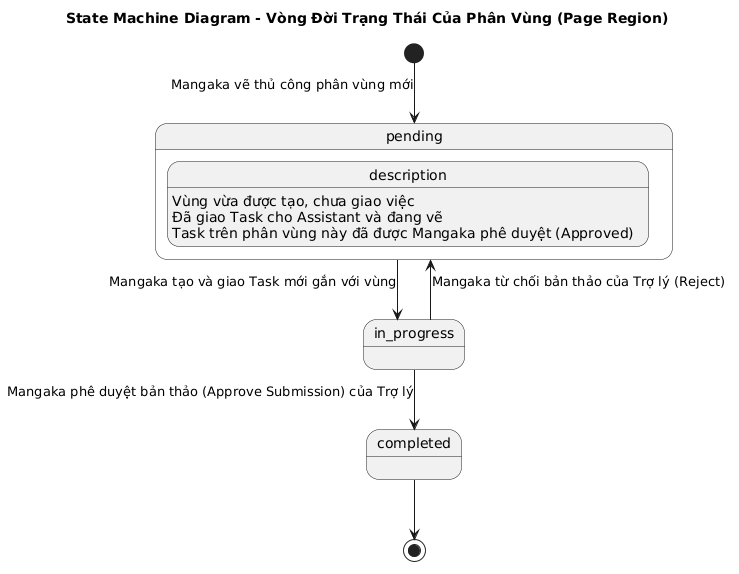
trongtan0079/manga-workflow-report keeps this PlantUML diagram as assets/diagrams/Chapter3_IMAGE/State_Machine_Page_Region.png. Above is the earlier version. Source of this version:
```plantuml
@startuml
title State Machine Diagram - Vòng Đời Trạng Thái Của Phân Vùng (Page Region)

skinparam backgroundColor white
skinparam shadowing false
skinparam linetype ortho

[*] --> pending : Mangaka vẽ thủ công phân vùng mới

state pending {
    description : Vùng vừa được tạo, chưa giao việc
}

state in_progress {
    description : Đã giao Task cho Assistant và đang vẽ
}

state completed {
    description : Task trên phân vùng này đã được Mangaka phê duyệt (Approved)
}

pending --> in_progress : Mangaka tạo và giao Task mới gắn với vùng
in_progress --> pending : Mangaka từ chối bản thảo của Trợ lý (Reject)
in_progress --> completed : Mangaka phê duyệt bản thảo (Approve Submission) của Trợ lý
completed --> [*]

@enduml
```
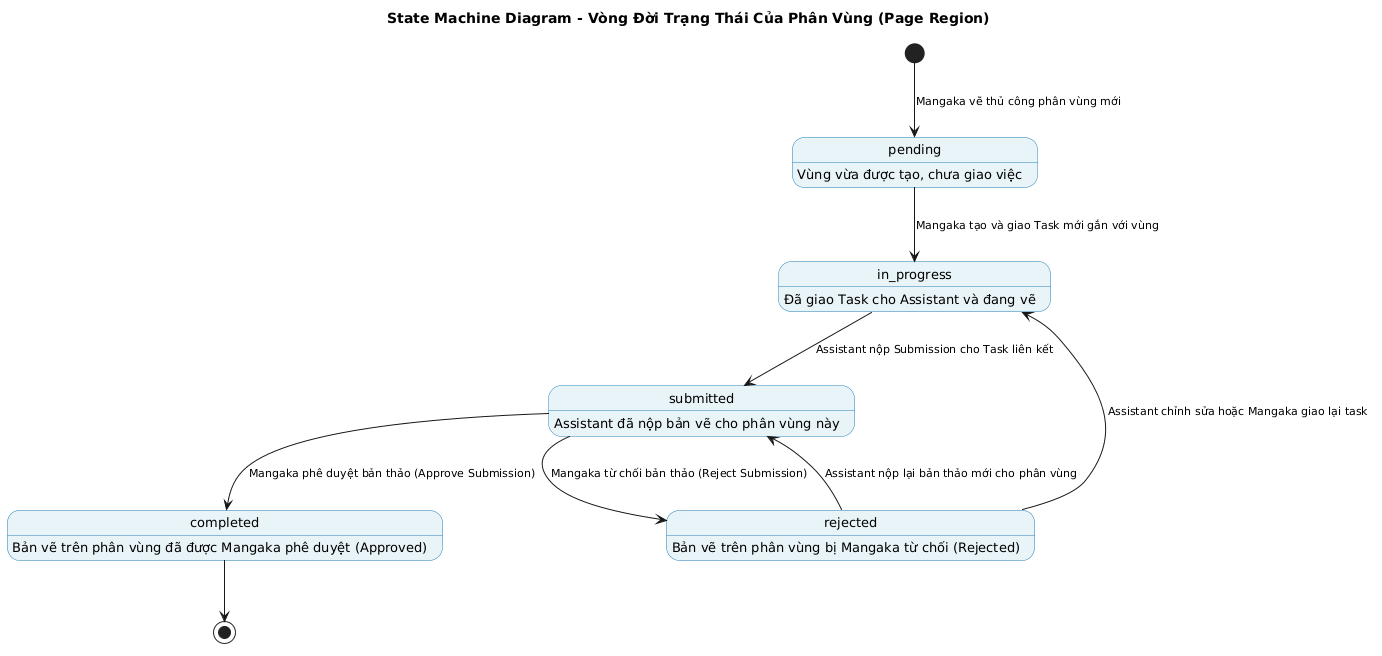
Above is the later version.

Diff of the diagram source:
```diff
@@ -3,25 +3,30 @@
 
 skinparam backgroundColor white
 skinparam shadowing false
-skinparam linetype ortho
+skinparam state {
+    BackgroundColor #E8F4F8
+    BorderColor #2980B9
+    FontSize 13
+}
+skinparam ArrowFontSize 11
 
 [*] --> pending : Mangaka vẽ thủ công phân vùng mới
 
-state pending {
-    description : Vùng vừa được tạo, chưa giao việc
-}
-
-state in_progress {
-    description : Đã giao Task cho Assistant và đang vẽ
-}
-
-state completed {
-    description : Task trên phân vùng này đã được Mangaka phê duyệt (Approved)
-}
+pending : Vùng vừa được tạo, chưa giao việc
+in_progress : Đã giao Task cho Assistant và đang vẽ
+submitted : Assistant đã nộp bản vẽ cho phân vùng này
+completed : Bản vẽ trên phân vùng đã được Mangaka phê duyệt (Approved)
+rejected : Bản vẽ trên phân vùng bị Mangaka từ chối (Rejected)
 
 pending --> in_progress : Mangaka tạo và giao Task mới gắn với vùng
-in_progress --> pending : Mangaka từ chối bản thảo của Trợ lý (Reject)
-in_progress --> completed : Mangaka phê duyệt bản thảo (Approve Submission) của Trợ lý
+
+in_progress --> submitted : Assistant nộp Submission cho Task liên kết
+
+submitted --> completed : Mangaka phê duyệt bản thảo (Approve Submission)
+submitted --> rejected : Mangaka từ chối bản thảo (Reject Submission)
+
+rejected --> in_progress : Assistant chỉnh sửa hoặc Mangaka giao lại task
+rejected --> submitted : Assistant nộp lại bản thảo mới cho phân vùng
+
 completed --> [*]
-
 @enduml
```
